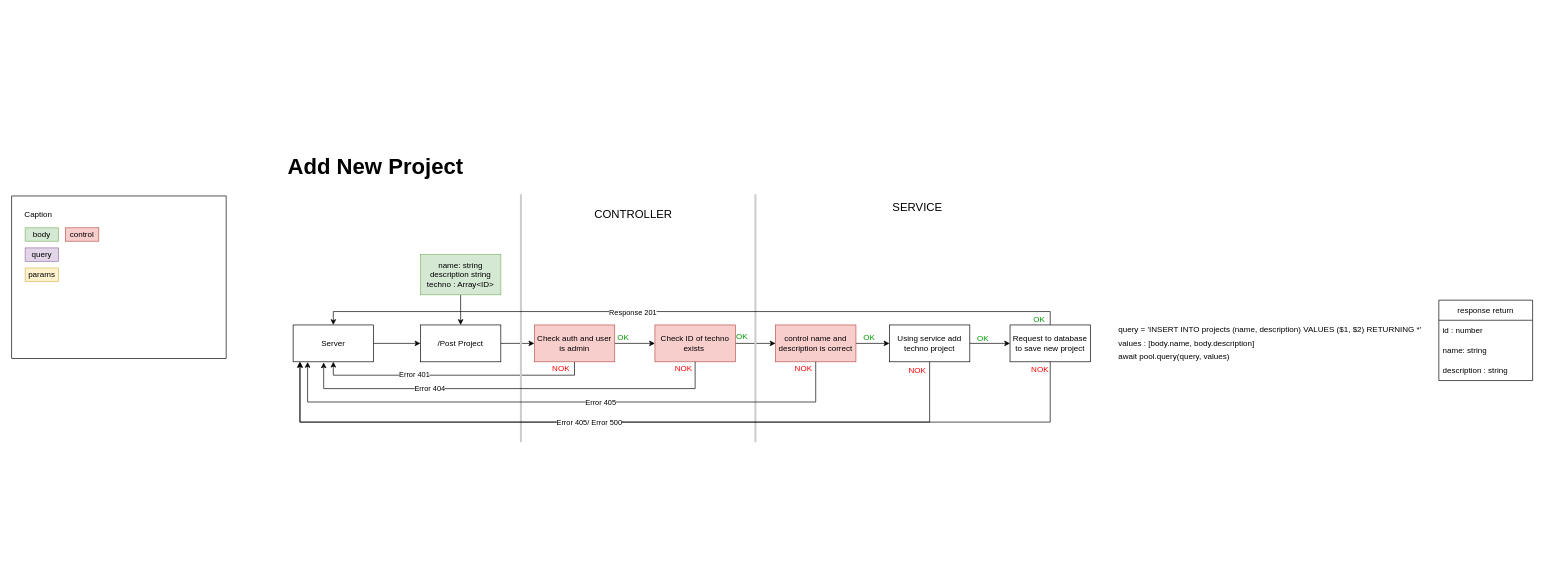
Earlier version of the draw.io diagram documentation/projectRouteSchema.drawio (nsevendev/hecate). Source tidied: cells renumbered, new cells numbered last; positions are measured from the earlier drawing's top-left corner, leaving out a move shared by most shapes. Both pictures are drawn from the tidied source at 67%, with x=0, y=0 at pixel (11, 155).
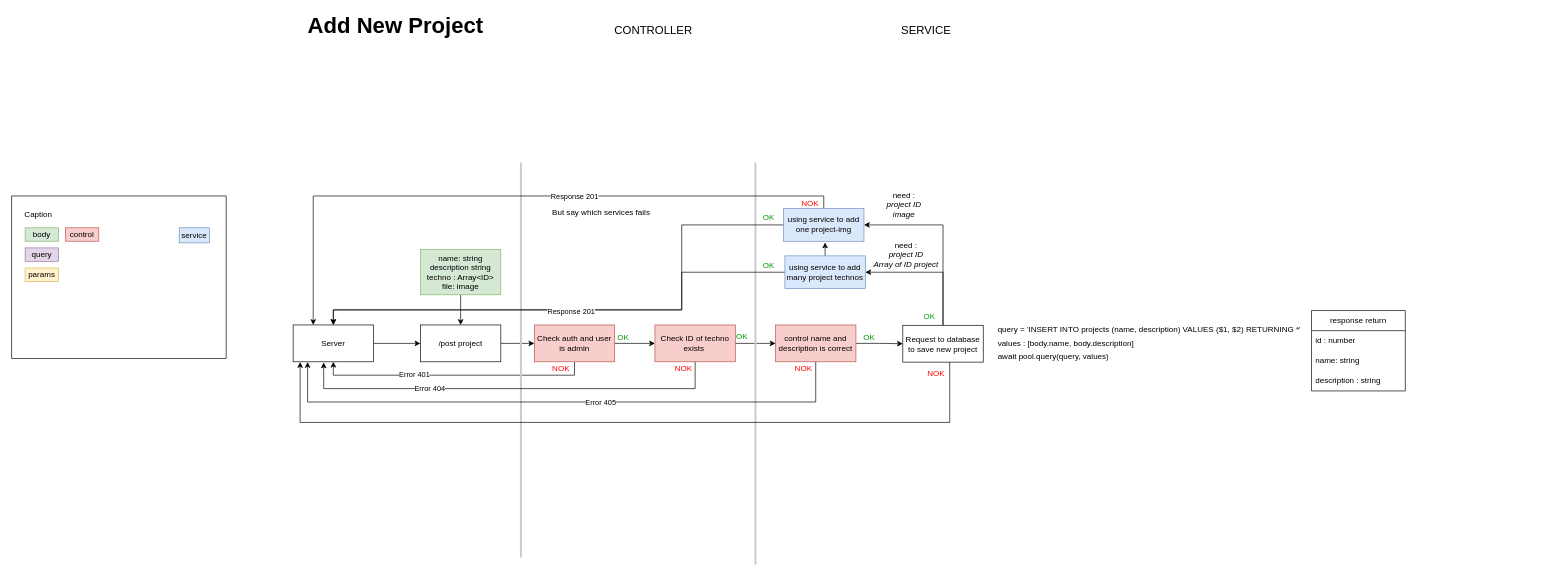
Above is the later version.

Commit message:
schema : update route to add one project

The change refers to these unchanged cells:
```xml
<mxCell id="4" value="Server" style="rounded=0;whiteSpace=wrap;html=1;" parent="1" vertex="1">
  <mxGeometry x="420" y="252.5" width="120" height="55" as="geometry" />
</mxCell>
<mxCell id="29" value="control name and description is correct" style="rounded=0;whiteSpace=wrap;html=1;fillColor=#f8cecc;strokeColor=#b85450;" parent="1" vertex="1">
  <mxGeometry x="1140" y="252.5" width="120" height="55" as="geometry" />
</mxCell>
```

Diff of the diagram source:
```diff
@@
-    <mxCell id="6" value="/Post Project" style="rounded=0;whiteSpace=wrap;html=1;" parent="1" vertex="1">
+    <mxCell id="6" value="/post project" style="rounded=0;whiteSpace=wrap;html=1;" parent="1" vertex="1">
       <mxGeometry x="610" y="252.5" width="120" height="55" as="geometry" />
     </mxCell>
@@
-    <mxCell id="8" value="name: string&lt;div&gt;description string&lt;/div&gt;&lt;div&gt;techno : Array&amp;lt;ID&amp;gt;&lt;/div&gt;" style="rounded=0;whiteSpace=wrap;html=1;fillColor=#d5e8d4;strokeColor=#82b366;" parent="1" vertex="1">
-      <mxGeometry x="610" y="147.5" width="120" height="60" as="geometry" />
+    <mxCell id="8" value="name: string&lt;div&gt;description string&lt;/div&gt;&lt;div&gt;techno : Array&amp;lt;ID&amp;gt;&lt;/div&gt;&lt;div&gt;file: image&lt;/div&gt;" style="rounded=0;whiteSpace=wrap;html=1;fillColor=#d5e8d4;strokeColor=#82b366;" parent="1" vertex="1">
+      <mxGeometry x="610" y="140" width="120" height="67.5" as="geometry" />
     </mxCell>
@@
     <mxCell id="16" style="endArrow=none;html=1;rounded=0;strokeColor=#CCCCCC;strokeWidth=3;" parent="1" edge="1">
       <mxGeometry relative="1" as="geometry">
-        <mxPoint x="760" y="427.5" as="sourcePoint" />
-        <mxPoint x="760" y="57.5" as="targetPoint" />
+        <mxPoint x="760" y="600" as="sourcePoint" />
+        <mxPoint x="760" y="10" as="targetPoint" />
       </mxGeometry>
     </mxCell>
     <mxCell id="17" value="&lt;font style=&quot;font-size: 17px;&quot;&gt;CONTROLLER&lt;/font&gt;" style="text;html=1;align=center;verticalAlign=middle;whiteSpace=wrap;rounded=0;" parent="1" vertex="1">
-      <mxGeometry x="853" y="67.5" width="150" height="40" as="geometry" />
+      <mxGeometry x="883" y="-206.2" width="150" height="40" as="geometry" />
     </mxCell>
@@
     <mxCell id="22" style="endArrow=none;html=1;rounded=0;strokeColor=#CCCCCC;strokeWidth=3;" parent="1" edge="1">
       <mxGeometry relative="1" as="geometry">
-        <mxPoint x="1110" y="427.5" as="sourcePoint" />
-        <mxPoint x="1110" y="57.5" as="targetPoint" />
+        <mxPoint x="1110" y="610" as="sourcePoint" />
+        <mxPoint x="1110" y="10" as="targetPoint" />
       </mxGeometry>
     </mxCell>
     <mxCell id="23" value="&lt;font style=&quot;font-size: 17px;&quot;&gt;SERVICE&lt;/font&gt;" style="text;html=1;align=center;verticalAlign=middle;whiteSpace=wrap;rounded=0;" parent="1" vertex="1">
-      <mxGeometry x="1277" y="57.5" width="150" height="40" as="geometry" />
+      <mxGeometry x="1290" y="-206.2" width="150" height="40" as="geometry" />
     </mxCell>
@@
-    <mxCell id="28" style="edgeStyle=orthogonalEdgeStyle;rounded=0;jettySize=auto;html=1;entryX=0;entryY=0.5;entryDx=0;entryDy=0;" parent="1" edge="1" source="29" target="38">
+    <mxCell id="28" style="edgeStyle=orthogonalEdgeStyle;rounded=0;jettySize=auto;html=1;" parent="1" edge="1" source="29" target="36">
       <mxGeometry relative="1" as="geometry" />
     </mxCell>
@@
-    <mxCell id="34" style="edgeStyle=orthogonalEdgeStyle;rounded=0;jettySize=auto;html=1;entryX=0.5;entryY=0;entryDx=0;entryDy=0;" parent="1" edge="1" source="36" target="4">
-      <mxGeometry relative="1" as="geometry">
-        <Array as="points">
-          <mxPoint x="1550" y="232.5" />
-          <mxPoint x="480" y="232.5" />
-        </Array>
-      </mxGeometry>
-    </mxCell>
-    <mxCell id="35" value="Response 201" style="edgeLabel;html=1;align=center;verticalAlign=middle;" parent="34" vertex="1">
-      <mxGeometry x="0.16" y="1" relative="1" as="geometry" />
-    </mxCell>
+    <mxCell id="56" style="edgeStyle=orthogonalEdgeStyle;rounded=0;jettySize=auto;html=1;entryX=1;entryY=0.5;entryDx=0;entryDy=0;" parent="1" edge="1" source="36" target="61">
+      <mxGeometry relative="1" as="geometry">
+        <Array as="points">
+          <mxPoint x="1390" y="174" />
+        </Array>
+      </mxGeometry>
+    </mxCell>
+    <mxCell id="57" style="edgeStyle=orthogonalEdgeStyle;rounded=0;jettySize=auto;html=1;entryX=1;entryY=0.5;entryDx=0;entryDy=0;" parent="1" edge="1" source="36" target="66">
+      <mxGeometry relative="1" as="geometry">
+        <Array as="points">
+          <mxPoint x="1390" y="103" />
+        </Array>
+      </mxGeometry>
+    </mxCell>
     <mxCell id="36" value="Request to database to save new project" style="rounded=0;whiteSpace=wrap;html=1;" parent="1" vertex="1">
-      <mxGeometry x="1490" y="252.5" width="120" height="55" as="geometry" />
+      <mxGeometry x="1330" y="253" width="120" height="55" as="geometry" />
     </mxCell>
-    <mxCell id="37" style="edgeStyle=orthogonalEdgeStyle;rounded=0;jettySize=auto;html=1;entryX=0;entryY=0.5;entryDx=0;entryDy=0;" parent="1" edge="1" source="38" target="36">
-      <mxGeometry relative="1" as="geometry" />
-    </mxCell>
-    <mxCell id="38" value="Using service add techno project" style="rounded=0;whiteSpace=wrap;html=1;" parent="1" vertex="1">
-      <mxGeometry x="1310" y="252.5" width="120" height="55" as="geometry" />
-    </mxCell>
-    <mxCell id="39" value="NOK" style="text;html=1;align=center;verticalAlign=middle;whiteSpace=wrap;rounded=0;fontColor=#FF0000;" parent="1" vertex="1">
-      <mxGeometry x="1322" y="305.5" width="60" height="30" as="geometry" />
-    </mxCell>
     <mxCell id="40" value="&lt;span class=&quot;hljs-keyword&quot;&gt;await&lt;/span&gt; pool.&lt;span class=&quot;hljs-title function_&quot;&gt;query&lt;/span&gt;(query, values)" style="text;html=1;align=left;verticalAlign=middle;whiteSpace=wrap;rounded=0;" parent="1" vertex="1">
-      <mxGeometry x="1650" y="285" width="180" height="30" as="geometry" />
+      <mxGeometry x="1470" y="285" width="180" height="30" as="geometry" />
     </mxCell>
     <mxCell id="41" value="query =&amp;nbsp;'INSERT INTO projects (name, description) VALUES ($1, $2) RETURNING *'" style="text;html=1;align=left;verticalAlign=middle;whiteSpace=wrap;rounded=0;" parent="1" vertex="1">
-      <mxGeometry x="1650" y="245" width="460" height="30" as="geometry" />
+      <mxGeometry x="1470" y="245" width="460" height="30" as="geometry" />
     </mxCell>
     <mxCell id="42" value="values : [body.name, body.description]" style="text;html=1;align=left;verticalAlign=middle;whiteSpace=wrap;rounded=0;" parent="1" vertex="1">
-      <mxGeometry x="1650" y="265" width="440" height="30" as="geometry" />
+      <mxGeometry x="1470" y="265" width="440" height="30" as="geometry" />
     </mxCell>
     <mxCell id="43" style="edgeStyle=orthogonalEdgeStyle;rounded=0;jettySize=auto;html=1;entryX=0.087;entryY=1.007;entryDx=0;entryDy=0;entryPerimeter=0;" parent="1" edge="1" source="36" target="4">
       <mxGeometry relative="1" as="geometry">
         <Array as="points">
-          <mxPoint x="1550" y="397.5" />
-          <mxPoint x="430" y="397.5" />
+          <mxPoint x="1400" y="398" />
+          <mxPoint x="430" y="398" />
         </Array>
       </mxGeometry>
     </mxCell>
-    <mxCell id="44" style="edgeStyle=orthogonalEdgeStyle;rounded=0;jettySize=auto;html=1;" parent="1" edge="1" source="38">
-      <mxGeometry relative="1" as="geometry">
-        <mxPoint x="430" y="307.5" as="targetPoint" />
-        <Array as="points">
-          <mxPoint x="1370" y="397.5" />
-          <mxPoint x="430" y="397.5" />
-          <mxPoint x="430" y="307.5" />
-        </Array>
-      </mxGeometry>
-    </mxCell>
-    <mxCell id="45" value="Error 405/ Error 500" style="edgeLabel;html=1;align=center;verticalAlign=middle;" parent="44" vertex="1">
-      <mxGeometry x="0.07" y="1" relative="1" as="geometry" />
-    </mxCell>
     <mxCell id="46" value="NOK" style="text;html=1;align=center;verticalAlign=middle;whiteSpace=wrap;rounded=0;fontColor=#FF0000;" parent="1" vertex="1">
-      <mxGeometry x="1505" y="303.5" width="60" height="30" as="geometry" />
+      <mxGeometry x="1350" y="310" width="60" height="30" as="geometry" />
     </mxCell>
@@
-    <mxCell id="48" value="OK" style="text;html=1;align=center;verticalAlign=middle;whiteSpace=wrap;rounded=0;fontColor=#009900;" parent="1" vertex="1">
-      <mxGeometry x="1420" y="257.5" width="60" height="30" as="geometry" />
-    </mxCell>
     <mxCell id="49" value="response return" style="swimlane;fontStyle=0;horizontal=1;startSize=30;whiteSpace=wrap;html=1;" parent="1" vertex="1">
-      <mxGeometry x="2130" y="215.5" width="140" height="120" as="geometry" />
+      <mxGeometry x="1940" y="231" width="140" height="120" as="geometry" />
     </mxCell>
@@
     <mxCell id="53" value="Add New Project" style="text;html=1;align=left;verticalAlign=middle;whiteSpace=wrap;rounded=0;fontStyle=1;fontSize=33;" parent="1" vertex="1">
-      <mxGeometry x="410" width="380" height="30" as="geometry" />
+      <mxGeometry x="440" y="-210" width="380" height="30" as="geometry" />
     </mxCell>
@@
     <mxCell id="55" value="OK" style="text;html=1;align=center;verticalAlign=middle;whiteSpace=wrap;rounded=0;fontColor=#009900;" parent="1" vertex="1">
-      <mxGeometry x="1504" y="229" width="60" height="30" as="geometry" />
+      <mxGeometry x="1340" y="225" width="60" height="30" as="geometry" />
     </mxCell>
+    <mxCell id="58" value="service" style="rounded=0;whiteSpace=wrap;html=1;fillColor=#dae8fc;strokeColor=#6c8ebf;" parent="1" vertex="1">
+      <mxGeometry x="250" y="107.5" width="45" height="22.5" as="geometry" />
+    </mxCell>
+    <mxCell id="59" style="edgeStyle=orthogonalEdgeStyle;rounded=0;jettySize=auto;html=1;" parent="1" edge="1" source="61" target="4">
+      <mxGeometry relative="1" as="geometry">
+        <Array as="points">
+          <mxPoint x="1000" y="174" />
+          <mxPoint x="1000" y="230" />
+          <mxPoint x="480" y="230" />
+        </Array>
+      </mxGeometry>
+    </mxCell>
+    <mxCell id="60" style="edgeStyle=orthogonalEdgeStyle;rounded=0;jettySize=auto;html=1;" parent="1" edge="1" source="61">
+      <mxGeometry relative="1" as="geometry">
+        <mxPoint x="1214" y="130" as="targetPoint" />
+      </mxGeometry>
+    </mxCell>
+    <mxCell id="61" value="using service to add many project technos" style="rounded=0;whiteSpace=wrap;html=1;fillColor=#dae8fc;strokeColor=#6c8ebf;" parent="1" vertex="1">
+      <mxGeometry x="1154" y="149.4" width="120" height="48.8" as="geometry" />
+    </mxCell>
+    <mxCell id="62" style="edgeStyle=orthogonalEdgeStyle;rounded=0;jettySize=auto;html=1;" parent="1" edge="1" source="66" target="4">
+      <mxGeometry relative="1" as="geometry">
+        <Array as="points">
+          <mxPoint x="1000" y="103" />
+          <mxPoint x="1000" y="230" />
+          <mxPoint x="480" y="230" />
+        </Array>
+      </mxGeometry>
+    </mxCell>
+    <mxCell id="63" value="Response 201" style="edgeLabel;html=1;align=center;verticalAlign=middle;" parent="62" vertex="1">
+      <mxGeometry x="0.08" y="1" relative="1" as="geometry" />
+    </mxCell>
+    <mxCell id="64" style="edgeStyle=orthogonalEdgeStyle;rounded=0;jettySize=auto;html=1;entryX=0.25;entryY=0;entryDx=0;entryDy=0;" parent="1" edge="1" source="66" target="4">
+      <mxGeometry relative="1" as="geometry">
+        <Array as="points">
+          <mxPoint x="1212" y="60" />
+          <mxPoint x="450" y="60" />
+        </Array>
+      </mxGeometry>
+    </mxCell>
+    <mxCell id="65" value="Response 201" style="edgeLabel;html=1;align=center;verticalAlign=middle;" parent="64" vertex="1">
+      <mxGeometry x="-0.07" y="2" relative="1" as="geometry">
+        <mxPoint x="62" y="-2" as="offset" />
+      </mxGeometry>
+    </mxCell>
+    <mxCell id="66" value="using service to add one project-img" style="rounded=0;whiteSpace=wrap;html=1;fillColor=#dae8fc;strokeColor=#6c8ebf;" parent="1" vertex="1">
+      <mxGeometry x="1152" y="78.8" width="120" height="48.8" as="geometry" />
+    </mxCell>
+    <mxCell id="67" value="need :&lt;div&gt;&lt;i&gt;project ID&lt;/i&gt;&lt;/div&gt;&lt;div&gt;&lt;i&gt;image&lt;/i&gt;&lt;/div&gt;" style="text;html=1;align=center;verticalAlign=middle;whiteSpace=wrap;rounded=0;" parent="1" vertex="1">
+      <mxGeometry x="1282" y="43.8" width="100" height="58.8" as="geometry" />
+    </mxCell>
+    <mxCell id="68" value="need :&lt;div&gt;&lt;i&gt;project ID&lt;/i&gt;&lt;/div&gt;&lt;div&gt;&lt;i&gt;Array of ID project&lt;/i&gt;&lt;/div&gt;" style="text;html=1;align=center;verticalAlign=middle;whiteSpace=wrap;rounded=0;" parent="1" vertex="1">
+      <mxGeometry x="1285" y="118.1" width="100" height="58.8" as="geometry" />
+    </mxCell>
+    <mxCell id="69" value="OK" style="text;html=1;align=center;verticalAlign=middle;whiteSpace=wrap;rounded=0;fontColor=#009900;" parent="1" vertex="1">
+      <mxGeometry x="1100" y="149.4" width="60" height="30" as="geometry" />
+    </mxCell>
+    <mxCell id="70" value="OK" style="text;html=1;align=center;verticalAlign=middle;whiteSpace=wrap;rounded=0;fontColor=#009900;" parent="1" vertex="1">
+      <mxGeometry x="1100" y="76.5" width="60" height="30" as="geometry" />
+    </mxCell>
+    <mxCell id="39" value="NOK" style="text;html=1;align=center;verticalAlign=middle;whiteSpace=wrap;rounded=0;fontColor=#FF0000;" parent="1" vertex="1">
+      <mxGeometry x="1162" y="56" width="60" height="30" as="geometry" />
+    </mxCell>
+    <mxCell id="71" value="But say which services fails" style="text;html=1;align=center;verticalAlign=middle;whiteSpace=wrap;rounded=0;" parent="1" vertex="1">
+      <mxGeometry x="800" y="70" width="160" height="30" as="geometry" />
+    </mxCell>
```
